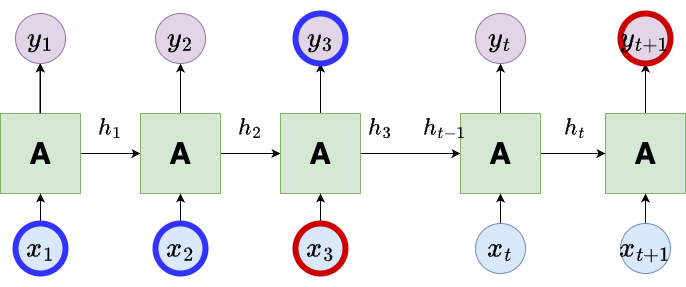
This is ds701_book/drawio/VanishingGradient.png from tools4ds/DS701-Course-Notes, a draw.io export, as it was before one commit. Source tidied: cells renumbered, new cells last; positions are measured from the earlier drawing's top-left corner, leaving out a move shared by most shapes. Its diagram source:
```xml
<mxGraphModel math="1">
  <root>
    <mxCell id="0" />
    <mxCell id="1" parent="0" />
    <mxCell id="2" style="edgeStyle=orthogonalEdgeStyle;rounded=0;jettySize=auto;html=1;exitX=1;exitY=0.5;exitDx=0;exitDy=0;entryX=0;entryY=0.5;entryDx=0;entryDy=0;" parent="1" edge="1" source="4" target="10">
      <mxGeometry relative="1" as="geometry" />
    </mxCell>
    <mxCell id="3" style="edgeStyle=orthogonalEdgeStyle;rounded=0;jettySize=auto;html=1;" parent="1" edge="1" source="4" target="5">
      <mxGeometry relative="1" as="geometry" />
    </mxCell>
    <mxCell id="4" value="A" style="whiteSpace=wrap;html=1;fillColor=#d5e8d4;strokeColor=#82b366;fontSize=30;fontStyle=1;" parent="1" vertex="1">
      <mxGeometry y="100" width="80" height="80" as="geometry" />
    </mxCell>
    <mxCell id="5" value="&lt;font style=&quot;font-size: 24px;&quot;&gt;$$y_1$$&lt;/font&gt;" style="ellipse;whiteSpace=wrap;html=1;fillColor=#e1d5e7;strokeColor=#9673a6;" parent="1" vertex="1">
      <mxGeometry x="15" width="50" height="50" as="geometry" />
    </mxCell>
    <mxCell id="6" style="edgeStyle=orthogonalEdgeStyle;rounded=0;jettySize=auto;html=1;exitX=0.5;exitY=0;exitDx=0;exitDy=0;entryX=0.5;entryY=1;entryDx=0;entryDy=0;" parent="1" edge="1" source="7" target="4">
      <mxGeometry relative="1" as="geometry" />
    </mxCell>
    <mxCell id="7" value="&lt;font style=&quot;font-size: 24px;&quot;&gt;$$x_1$$&lt;/font&gt;" style="ellipse;whiteSpace=wrap;html=1;fillColor=#dae8fc;strokeColor=#3333FF;perimeterSpacing=1;strokeWidth=6;" parent="1" vertex="1">
      <mxGeometry x="15" y="210" width="50" height="50" as="geometry" />
    </mxCell>
    <mxCell id="8" style="edgeStyle=orthogonalEdgeStyle;rounded=0;jettySize=auto;html=1;exitX=1;exitY=0.5;exitDx=0;exitDy=0;entryX=0;entryY=0.5;entryDx=0;entryDy=0;" parent="1" edge="1" source="10" target="16">
      <mxGeometry relative="1" as="geometry" />
    </mxCell>
    <mxCell id="9" style="edgeStyle=orthogonalEdgeStyle;rounded=0;jettySize=auto;html=1;exitX=0.5;exitY=0;exitDx=0;exitDy=0;entryX=0.5;entryY=1;entryDx=0;entryDy=0;" parent="1" edge="1" source="10" target="11">
      <mxGeometry relative="1" as="geometry" />
    </mxCell>
    <mxCell id="10" value="A" style="whiteSpace=wrap;html=1;fillColor=#d5e8d4;strokeColor=#82b366;fontSize=30;fontStyle=1;" parent="1" vertex="1">
      <mxGeometry x="140" y="100" width="80" height="80" as="geometry" />
    </mxCell>
    <mxCell id="11" value="&lt;font style=&quot;font-size: 24px;&quot;&gt;$$y_2$$&lt;/font&gt;" style="ellipse;whiteSpace=wrap;html=1;fillColor=#e1d5e7;strokeColor=#9673a6;" parent="1" vertex="1">
      <mxGeometry x="155" width="50" height="50" as="geometry" />
    </mxCell>
    <mxCell id="12" style="edgeStyle=orthogonalEdgeStyle;rounded=0;jettySize=auto;html=1;exitX=0.5;exitY=0;exitDx=0;exitDy=0;entryX=0.5;entryY=1;entryDx=0;entryDy=0;" parent="1" edge="1" source="13" target="10">
      <mxGeometry relative="1" as="geometry" />
    </mxCell>
    <mxCell id="13" value="&lt;font style=&quot;font-size: 24px;&quot;&gt;$$x_2$$&lt;/font&gt;" style="ellipse;whiteSpace=wrap;html=1;fillColor=#dae8fc;strokeColor=#3333FF;strokeWidth=6;" parent="1" vertex="1">
      <mxGeometry x="155" y="210" width="50" height="50" as="geometry" />
    </mxCell>
    <mxCell id="14" style="edgeStyle=orthogonalEdgeStyle;rounded=0;jettySize=auto;html=1;exitX=1;exitY=0.5;exitDx=0;exitDy=0;entryX=0;entryY=0.5;entryDx=0;entryDy=0;" parent="1" edge="1" source="16" target="22">
      <mxGeometry relative="1" as="geometry" />
    </mxCell>
    <mxCell id="15" style="edgeStyle=orthogonalEdgeStyle;rounded=0;jettySize=auto;html=1;exitX=0.5;exitY=0;exitDx=0;exitDy=0;entryX=0.5;entryY=1;entryDx=0;entryDy=0;" parent="1" edge="1" source="16" target="17">
      <mxGeometry relative="1" as="geometry" />
    </mxCell>
    <mxCell id="16" value="A" style="whiteSpace=wrap;html=1;fillColor=#d5e8d4;strokeColor=#82b366;fontSize=30;fontStyle=1;" parent="1" vertex="1">
      <mxGeometry x="280" y="100" width="80" height="80" as="geometry" />
    </mxCell>
    <mxCell id="17" value="&lt;font style=&quot;font-size: 24px;&quot;&gt;$$y_3$$&lt;/font&gt;" style="ellipse;whiteSpace=wrap;html=1;fillColor=#e1d5e7;strokeColor=#3333FF;strokeWidth=6;" parent="1" vertex="1">
      <mxGeometry x="295" width="50" height="50" as="geometry" />
    </mxCell>
    <mxCell id="18" style="edgeStyle=orthogonalEdgeStyle;rounded=0;jettySize=auto;html=1;exitX=0.5;exitY=0;exitDx=0;exitDy=0;entryX=0.5;entryY=1;entryDx=0;entryDy=0;" parent="1" edge="1" source="19" target="16">
      <mxGeometry relative="1" as="geometry" />
    </mxCell>
    <mxCell id="19" value="&lt;font style=&quot;font-size: 24px;&quot;&gt;$$x_3$$&lt;/font&gt;" style="ellipse;whiteSpace=wrap;html=1;fillColor=#dae8fc;strokeColor=#CC0000;strokeWidth=6;" parent="1" vertex="1">
      <mxGeometry x="295" y="210" width="50" height="50" as="geometry" />
    </mxCell>
    <mxCell id="20" style="edgeStyle=orthogonalEdgeStyle;rounded=0;jettySize=auto;html=1;exitX=0.5;exitY=0;exitDx=0;exitDy=0;entryX=0.5;entryY=1;entryDx=0;entryDy=0;" parent="1" edge="1" source="22" target="23">
      <mxGeometry relative="1" as="geometry" />
    </mxCell>
    <mxCell id="21" style="edgeStyle=orthogonalEdgeStyle;rounded=0;jettySize=auto;html=1;exitX=1;exitY=0.5;exitDx=0;exitDy=0;entryX=0;entryY=0.5;entryDx=0;entryDy=0;" parent="1" edge="1" source="22" target="32">
      <mxGeometry relative="1" as="geometry" />
    </mxCell>
    <mxCell id="22" value="A" style="whiteSpace=wrap;html=1;fillColor=#d5e8d4;strokeColor=#82b366;fontSize=30;fontStyle=1;" parent="1" vertex="1">
      <mxGeometry x="460" y="100" width="80" height="80" as="geometry" />
    </mxCell>
    <mxCell id="23" value="&lt;font style=&quot;font-size: 24px;&quot;&gt;$$y_t$$&lt;/font&gt;" style="ellipse;whiteSpace=wrap;html=1;fillColor=#e1d5e7;strokeColor=#9673a6;" parent="1" vertex="1">
      <mxGeometry x="475" width="50" height="50" as="geometry" />
    </mxCell>
    <mxCell id="24" style="edgeStyle=orthogonalEdgeStyle;rounded=0;jettySize=auto;html=1;exitX=0.5;exitY=0;exitDx=0;exitDy=0;entryX=0.5;entryY=1;entryDx=0;entryDy=0;" parent="1" edge="1" source="25" target="22">
      <mxGeometry relative="1" as="geometry" />
    </mxCell>
    <mxCell id="25" value="&lt;font style=&quot;font-size: 24px;&quot;&gt;$$x_t$$&lt;/font&gt;" style="ellipse;whiteSpace=wrap;html=1;fillColor=#dae8fc;strokeColor=#6c8ebf;" parent="1" vertex="1">
      <mxGeometry x="475" y="210" width="50" height="50" as="geometry" />
    </mxCell>
    <mxCell id="26" value="&lt;font style=&quot;font-size: 20px;&quot;&gt;$$h_1$$&lt;/font&gt;" style="text;html=1;align=center;verticalAlign=middle;whiteSpace=wrap;rounded=0;" parent="1" vertex="1">
      <mxGeometry x="80" y="100" width="60" height="30" as="geometry" />
    </mxCell>
    <mxCell id="27" value="&lt;font style=&quot;font-size: 20px;&quot;&gt;$$h_2$$&lt;/font&gt;" style="text;html=1;align=center;verticalAlign=middle;whiteSpace=wrap;rounded=0;" parent="1" vertex="1">
      <mxGeometry x="220" y="100" width="60" height="30" as="geometry" />
    </mxCell>
    <mxCell id="28" style="edgeStyle=orthogonalEdgeStyle;rounded=0;orthogonalLoop=1;jettySize=auto;html=1;exitX=0.5;exitY=0;exitDx=0;exitDy=0;" parent="1" edge="1">
      <mxGeometry relative="1" as="geometry">
        <mxPoint x="39.5" y="100" as="sourcePoint" />
        <mxPoint x="39.5" y="50" as="targetPoint" />
        <Array as="points">
          <mxPoint x="39.5" y="60" />
          <mxPoint x="39.5" y="60" />
        </Array>
      </mxGeometry>
    </mxCell>
    <mxCell id="29" value="&lt;font style=&quot;font-size: 20px;&quot;&gt;$$h_3$$&lt;/font&gt;" style="text;html=1;align=center;verticalAlign=middle;whiteSpace=wrap;rounded=0;" parent="1" vertex="1">
      <mxGeometry x="350" y="100" width="60" height="30" as="geometry" />
    </mxCell>
    <mxCell id="30" value="&lt;font style=&quot;font-size: 20px;&quot;&gt;$$h_{t-1}$$&lt;/font&gt;" style="text;html=1;align=center;verticalAlign=middle;whiteSpace=wrap;rounded=0;" parent="1" vertex="1">
      <mxGeometry x="415" y="100" width="60" height="30" as="geometry" />
    </mxCell>
    <mxCell id="31" style="edgeStyle=orthogonalEdgeStyle;rounded=0;jettySize=auto;html=1;exitX=0.5;exitY=0;exitDx=0;exitDy=0;entryX=0.5;entryY=1;entryDx=0;entryDy=0;" parent="1" edge="1" source="32" target="33">
      <mxGeometry relative="1" as="geometry" />
    </mxCell>
    <mxCell id="32" value="A" style="whiteSpace=wrap;html=1;fillColor=#d5e8d4;strokeColor=#82b366;fontSize=30;fontStyle=1;" parent="1" vertex="1">
      <mxGeometry x="605" y="100" width="80" height="80" as="geometry" />
    </mxCell>
    <mxCell id="33" value="&lt;font style=&quot;font-size: 24px;&quot;&gt;$$y_{t+1}$$&lt;/font&gt;" style="ellipse;whiteSpace=wrap;html=1;fillColor=#e1d5e7;strokeColor=#CC0000;strokeWidth=6;" parent="1" vertex="1">
      <mxGeometry x="620" width="50" height="50" as="geometry" />
    </mxCell>
    <mxCell id="34" style="edgeStyle=orthogonalEdgeStyle;rounded=0;jettySize=auto;html=1;exitX=0.5;exitY=0;exitDx=0;exitDy=0;entryX=0.5;entryY=1;entryDx=0;entryDy=0;" parent="1" edge="1" source="35" target="32">
      <mxGeometry relative="1" as="geometry" />
    </mxCell>
    <mxCell id="35" value="&lt;font style=&quot;font-size: 24px;&quot;&gt;$$x_{t+1}$$&lt;/font&gt;" style="ellipse;whiteSpace=wrap;html=1;fillColor=#dae8fc;strokeColor=#6c8ebf;" parent="1" vertex="1">
      <mxGeometry x="620" y="210" width="50" height="50" as="geometry" />
    </mxCell>
    <mxCell id="36" value="&lt;font style=&quot;font-size: 20px;&quot;&gt;$$h_{t}$$&lt;/font&gt;" style="text;html=1;align=center;verticalAlign=middle;whiteSpace=wrap;rounded=0;" parent="1" vertex="1">
      <mxGeometry x="545" y="100" width="60" height="30" as="geometry" />
    </mxCell>
  </root>
</mxGraphModel>
```
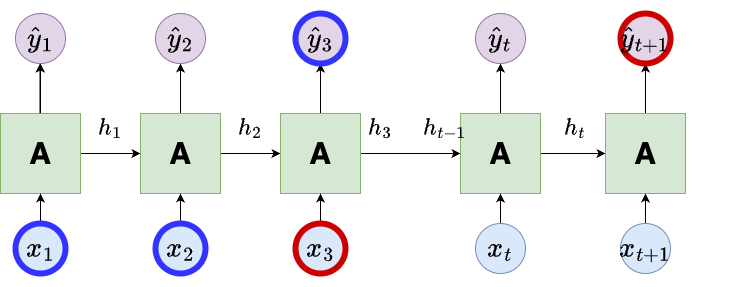
The same file after the commit.

Diff of the diagram source:
```diff
@@ -11,7 +11,7 @@
     <mxCell id="4" value="A" style="whiteSpace=wrap;html=1;fillColor=#d5e8d4;strokeColor=#82b366;fontSize=30;fontStyle=1;" parent="1" vertex="1">
       <mxGeometry y="100" width="80" height="80" as="geometry" />
     </mxCell>
-    <mxCell id="5" value="&lt;font style=&quot;font-size: 24px;&quot;&gt;$$y_1$$&lt;/font&gt;" style="ellipse;whiteSpace=wrap;html=1;fillColor=#e1d5e7;strokeColor=#9673a6;" parent="1" vertex="1">
+    <mxCell id="5" value="&lt;font style=&quot;font-size: 24px;&quot;&gt;$$\hat{y}_1$$&lt;/font&gt;" style="ellipse;whiteSpace=wrap;html=1;fillColor=#e1d5e7;strokeColor=#9673a6;" parent="1" vertex="1">
       <mxGeometry x="15" width="50" height="50" as="geometry" />
     </mxCell>
     <mxCell id="6" style="edgeStyle=orthogonalEdgeStyle;rounded=0;jettySize=auto;html=1;exitX=0.5;exitY=0;exitDx=0;exitDy=0;entryX=0.5;entryY=1;entryDx=0;entryDy=0;" parent="1" edge="1" source="7" target="4">
@@ -29,7 +29,7 @@
     <mxCell id="10" value="A" style="whiteSpace=wrap;html=1;fillColor=#d5e8d4;strokeColor=#82b366;fontSize=30;fontStyle=1;" parent="1" vertex="1">
       <mxGeometry x="140" y="100" width="80" height="80" as="geometry" />
     </mxCell>
-    <mxCell id="11" value="&lt;font style=&quot;font-size: 24px;&quot;&gt;$$y_2$$&lt;/font&gt;" style="ellipse;whiteSpace=wrap;html=1;fillColor=#e1d5e7;strokeColor=#9673a6;" parent="1" vertex="1">
+    <mxCell id="11" value="&lt;font style=&quot;font-size: 24px;&quot;&gt;$$\hat{y}_2$$&lt;/font&gt;" style="ellipse;whiteSpace=wrap;html=1;fillColor=#e1d5e7;strokeColor=#9673a6;" parent="1" vertex="1">
       <mxGeometry x="155" width="50" height="50" as="geometry" />
     </mxCell>
     <mxCell id="12" style="edgeStyle=orthogonalEdgeStyle;rounded=0;jettySize=auto;html=1;exitX=0.5;exitY=0;exitDx=0;exitDy=0;entryX=0.5;entryY=1;entryDx=0;entryDy=0;" parent="1" edge="1" source="13" target="10">
@@ -47,7 +47,7 @@
     <mxCell id="16" value="A" style="whiteSpace=wrap;html=1;fillColor=#d5e8d4;strokeColor=#82b366;fontSize=30;fontStyle=1;" parent="1" vertex="1">
       <mxGeometry x="280" y="100" width="80" height="80" as="geometry" />
     </mxCell>
-    <mxCell id="17" value="&lt;font style=&quot;font-size: 24px;&quot;&gt;$$y_3$$&lt;/font&gt;" style="ellipse;whiteSpace=wrap;html=1;fillColor=#e1d5e7;strokeColor=#3333FF;strokeWidth=6;" parent="1" vertex="1">
+    <mxCell id="17" value="&lt;font style=&quot;font-size: 24px;&quot;&gt;$$\hat{y}_3$$&lt;/font&gt;" style="ellipse;whiteSpace=wrap;html=1;fillColor=#e1d5e7;strokeColor=#3333FF;strokeWidth=6;" parent="1" vertex="1">
       <mxGeometry x="295" width="50" height="50" as="geometry" />
     </mxCell>
     <mxCell id="18" style="edgeStyle=orthogonalEdgeStyle;rounded=0;jettySize=auto;html=1;exitX=0.5;exitY=0;exitDx=0;exitDy=0;entryX=0.5;entryY=1;entryDx=0;entryDy=0;" parent="1" edge="1" source="19" target="16">
@@ -65,7 +65,7 @@
     <mxCell id="22" value="A" style="whiteSpace=wrap;html=1;fillColor=#d5e8d4;strokeColor=#82b366;fontSize=30;fontStyle=1;" parent="1" vertex="1">
       <mxGeometry x="460" y="100" width="80" height="80" as="geometry" />
     </mxCell>
-    <mxCell id="23" value="&lt;font style=&quot;font-size: 24px;&quot;&gt;$$y_t$$&lt;/font&gt;" style="ellipse;whiteSpace=wrap;html=1;fillColor=#e1d5e7;strokeColor=#9673a6;" parent="1" vertex="1">
+    <mxCell id="23" value="&lt;font style=&quot;font-size: 24px;&quot;&gt;$$\hat{y}_t$$&lt;/font&gt;" style="ellipse;whiteSpace=wrap;html=1;fillColor=#e1d5e7;strokeColor=#9673a6;" parent="1" vertex="1">
       <mxGeometry x="475" width="50" height="50" as="geometry" />
     </mxCell>
     <mxCell id="24" style="edgeStyle=orthogonalEdgeStyle;rounded=0;jettySize=auto;html=1;exitX=0.5;exitY=0;exitDx=0;exitDy=0;entryX=0.5;entryY=1;entryDx=0;entryDy=0;" parent="1" edge="1" source="25" target="22">
@@ -102,7 +102,7 @@
     <mxCell id="32" value="A" style="whiteSpace=wrap;html=1;fillColor=#d5e8d4;strokeColor=#82b366;fontSize=30;fontStyle=1;" parent="1" vertex="1">
       <mxGeometry x="605" y="100" width="80" height="80" as="geometry" />
     </mxCell>
-    <mxCell id="33" value="&lt;font style=&quot;font-size: 24px;&quot;&gt;$$y_{t+1}$$&lt;/font&gt;" style="ellipse;whiteSpace=wrap;html=1;fillColor=#e1d5e7;strokeColor=#CC0000;strokeWidth=6;" parent="1" vertex="1">
+    <mxCell id="33" value="&lt;font style=&quot;font-size: 24px;&quot;&gt;$$\hat{y}_{t+1}$$&lt;/font&gt;" style="ellipse;whiteSpace=wrap;html=1;fillColor=#e1d5e7;strokeColor=#CC0000;strokeWidth=6;" parent="1" vertex="1">
       <mxGeometry x="620" width="50" height="50" as="geometry" />
     </mxCell>
     <mxCell id="34" style="edgeStyle=orthogonalEdgeStyle;rounded=0;jettySize=auto;html=1;exitX=0.5;exitY=0;exitDx=0;exitDy=0;entryX=0.5;entryY=1;entryDx=0;entryDy=0;" parent="1" edge="1" source="35" target="32">
```
